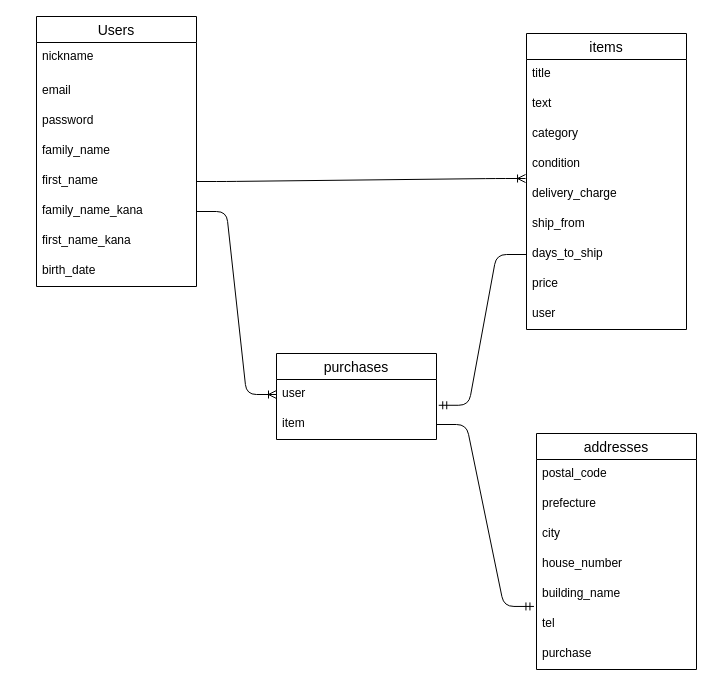
Earlier version of the draw.io diagram furima.dio (mirion615/furima-mirion615). Source tidied: cells renumbered, new cells numbered last; positions are measured from the earlier drawing's top-left corner, leaving out a move shared by most shapes. Both pictures are drawn from the tidied source at 100%, with x=0, y=0 at pixel (36, 16).
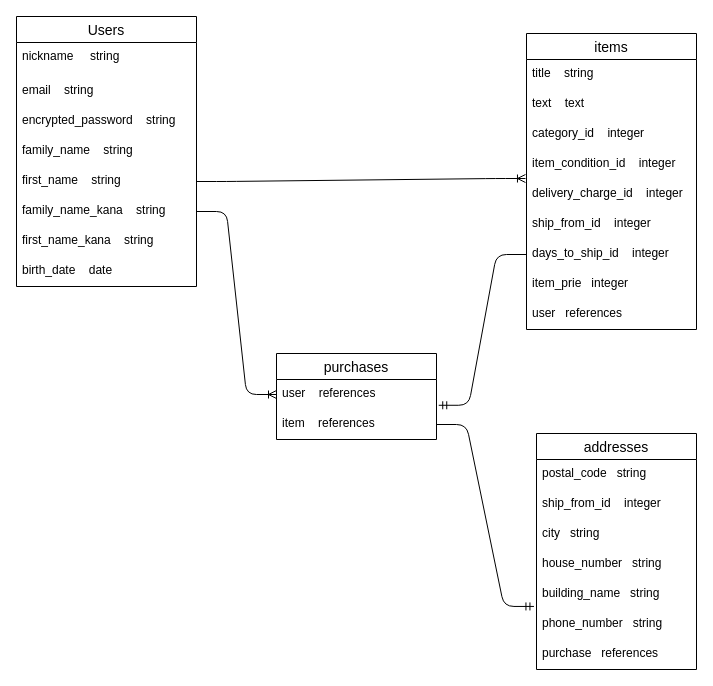
The same diagram, later.

The change refers to these unchanged cells:
```xml
<mxCell id="2" value="addresses" style="swimlane;fontStyle=0;horizontal=1;startSize=26;align=center;fontSize=14;" parent="1" vertex="1">
  <mxGeometry x="500" y="417" width="160" height="236" as="geometry" />
</mxCell>
<mxCell id="10" value="purchases" style="swimlane;fontStyle=0;horizontal=1;startSize=26;align=center;fontSize=14;" parent="1" vertex="1">
  <mxGeometry x="240" y="337" width="160" height="86" as="geometry" />
</mxCell>
```

The edit, as a diff of the source:
```diff
@@
-    <mxCell id="3" value="postal_code" style="text;strokeColor=none;fillColor=none;spacingLeft=4;spacingRight=4;overflow=hidden;fontSize=12;" parent="2" vertex="1">
+    <mxCell id="3" value="postal_code   string" style="text;strokeColor=none;fillColor=none;spacingLeft=4;spacingRight=4;overflow=hidden;fontSize=12;" parent="2" vertex="1">
       <mxGeometry y="26" width="160" height="30" as="geometry" />
     </mxCell>
-    <mxCell id="4" value="prefecture" style="text;strokeColor=none;fillColor=none;spacingLeft=4;spacingRight=4;overflow=hidden;fontSize=12;" parent="2" vertex="1">
+    <mxCell id="4" value="ship_from_id    integer" style="text;strokeColor=none;fillColor=none;spacingLeft=4;spacingRight=4;overflow=hidden;fontSize=12;" parent="2" vertex="1">
       <mxGeometry y="56" width="160" height="30" as="geometry" />
     </mxCell>
-    <mxCell id="5" value="city" style="text;strokeColor=none;fillColor=none;spacingLeft=4;spacingRight=4;overflow=hidden;fontSize=12;" parent="2" vertex="1">
+    <mxCell id="5" value="city   string" style="text;strokeColor=none;fillColor=none;spacingLeft=4;spacingRight=4;overflow=hidden;fontSize=12;" parent="2" vertex="1">
       <mxGeometry y="86" width="160" height="30" as="geometry" />
     </mxCell>
-    <mxCell id="6" value="house_number" style="text;strokeColor=none;fillColor=none;spacingLeft=4;spacingRight=4;overflow=hidden;fontSize=12;" parent="2" vertex="1">
+    <mxCell id="6" value="house_number   string" style="text;strokeColor=none;fillColor=none;spacingLeft=4;spacingRight=4;overflow=hidden;fontSize=12;" parent="2" vertex="1">
       <mxGeometry y="116" width="160" height="30" as="geometry" />
     </mxCell>
-    <mxCell id="7" value="building_name" style="text;strokeColor=none;fillColor=none;spacingLeft=4;spacingRight=4;overflow=hidden;points=[[0,0.5],[1,0.5]];portConstraint=eastwest;fontSize=12;" parent="2" vertex="1">
+    <mxCell id="7" value="building_name   string" style="text;strokeColor=none;fillColor=none;spacingLeft=4;spacingRight=4;overflow=hidden;points=[[0,0.5],[1,0.5]];portConstraint=eastwest;fontSize=12;" parent="2" vertex="1">
       <mxGeometry y="146" width="160" height="30" as="geometry" />
     </mxCell>
-    <mxCell id="8" value="tel" style="text;strokeColor=none;fillColor=none;spacingLeft=4;spacingRight=4;overflow=hidden;fontSize=12;" parent="2" vertex="1">
+    <mxCell id="8" value="phone_number   string" style="text;strokeColor=none;fillColor=none;spacingLeft=4;spacingRight=4;overflow=hidden;fontSize=12;" parent="2" vertex="1">
       <mxGeometry y="176" width="160" height="30" as="geometry" />
     </mxCell>
-    <mxCell id="9" value="purchase" style="text;strokeColor=none;fillColor=none;spacingLeft=4;spacingRight=4;overflow=hidden;fontSize=12;" parent="2" vertex="1">
+    <mxCell id="9" value="purchase   references" style="text;strokeColor=none;fillColor=none;spacingLeft=4;spacingRight=4;overflow=hidden;fontSize=12;" parent="2" vertex="1">
       <mxGeometry y="206" width="160" height="30" as="geometry" />
     </mxCell>
@@
-    <mxCell id="11" value="user" style="text;strokeColor=none;fillColor=none;spacingLeft=4;spacingRight=4;overflow=hidden;points=[[0,0.5],[1,0.5]];portConstraint=eastwest;fontSize=12;" parent="10" vertex="1">
+    <mxCell id="11" value="user    references" style="text;strokeColor=none;fillColor=none;spacingLeft=4;spacingRight=4;overflow=hidden;points=[[0,0.5],[1,0.5]];portConstraint=eastwest;fontSize=12;" parent="10" vertex="1">
       <mxGeometry y="26" width="160" height="30" as="geometry" />
     </mxCell>
-    <mxCell id="12" value="item" style="text;strokeColor=none;fillColor=none;spacingLeft=4;spacingRight=4;overflow=hidden;points=[[0,0.5],[1,0.5]];portConstraint=eastwest;fontSize=12;" parent="10" vertex="1">
+    <mxCell id="12" value="item    references" style="text;strokeColor=none;fillColor=none;spacingLeft=4;spacingRight=4;overflow=hidden;points=[[0,0.5],[1,0.5]];portConstraint=eastwest;fontSize=12;" parent="10" vertex="1">
       <mxGeometry y="56" width="160" height="30" as="geometry" />
     </mxCell>
     <mxCell id="13" value="items" style="swimlane;fontStyle=0;horizontal=1;startSize=26;align=center;fontSize=14;" parent="1" vertex="1">
-      <mxGeometry x="490" y="17" width="160" height="296" as="geometry" />
+      <mxGeometry x="490" y="17" width="170" height="296" as="geometry" />
     </mxCell>
-    <mxCell id="14" value="title" style="text;strokeColor=none;fillColor=none;spacingLeft=4;spacingRight=4;overflow=hidden;fontSize=12;" parent="13" vertex="1">
-      <mxGeometry y="26" width="160" height="30" as="geometry" />
+    <mxCell id="14" value="title    string" style="text;strokeColor=none;fillColor=none;spacingLeft=4;spacingRight=4;overflow=hidden;fontSize=12;" parent="13" vertex="1">
+      <mxGeometry y="26" width="170" height="30" as="geometry" />
     </mxCell>
-    <mxCell id="15" value="text" style="text;strokeColor=none;fillColor=none;spacingLeft=4;spacingRight=4;overflow=hidden;fontSize=12;" parent="13" vertex="1">
-      <mxGeometry y="56" width="160" height="30" as="geometry" />
+    <mxCell id="15" value="text    text" style="text;strokeColor=none;fillColor=none;spacingLeft=4;spacingRight=4;overflow=hidden;fontSize=12;" parent="13" vertex="1">
+      <mxGeometry y="56" width="170" height="30" as="geometry" />
     </mxCell>
-    <mxCell id="16" value="category" style="text;strokeColor=none;fillColor=none;spacingLeft=4;spacingRight=4;overflow=hidden;fontSize=12;" parent="13" vertex="1">
-      <mxGeometry y="86" width="160" height="30" as="geometry" />
+    <mxCell id="16" value="category_id    integer" style="text;strokeColor=none;fillColor=none;spacingLeft=4;spacingRight=4;overflow=hidden;fontSize=12;" parent="13" vertex="1">
+      <mxGeometry y="86" width="170" height="30" as="geometry" />
     </mxCell>
-    <mxCell id="17" value="condition" style="text;strokeColor=none;fillColor=none;spacingLeft=4;spacingRight=4;overflow=hidden;fontSize=12;" parent="13" vertex="1">
-      <mxGeometry y="116" width="160" height="30" as="geometry" />
+    <mxCell id="17" value="item_condition_id    integer" style="text;strokeColor=none;fillColor=none;spacingLeft=4;spacingRight=4;overflow=hidden;fontSize=12;" parent="13" vertex="1">
+      <mxGeometry y="116" width="170" height="30" as="geometry" />
     </mxCell>
-    <mxCell id="18" value="delivery_charge" style="text;strokeColor=none;fillColor=none;spacingLeft=4;spacingRight=4;overflow=hidden;points=[[0,0.5],[1,0.5]];portConstraint=eastwest;fontSize=12;" parent="13" vertex="1">
-      <mxGeometry y="146" width="160" height="30" as="geometry" />
+    <mxCell id="18" value="delivery_charge_id    integer" style="text;strokeColor=none;fillColor=none;spacingLeft=4;spacingRight=4;overflow=hidden;points=[[0,0.5],[1,0.5]];portConstraint=eastwest;fontSize=12;" parent="13" vertex="1">
+      <mxGeometry y="146" width="170" height="30" as="geometry" />
     </mxCell>
-    <mxCell id="19" value="ship_from" style="text;strokeColor=none;fillColor=none;spacingLeft=4;spacingRight=4;overflow=hidden;fontSize=12;" parent="13" vertex="1">
-      <mxGeometry y="176" width="160" height="30" as="geometry" />
+    <mxCell id="19" value="ship_from_id    integer" style="text;strokeColor=none;fillColor=none;spacingLeft=4;spacingRight=4;overflow=hidden;fontSize=12;" parent="13" vertex="1">
+      <mxGeometry y="176" width="170" height="30" as="geometry" />
     </mxCell>
-    <mxCell id="20" value="days_to_ship" style="text;strokeColor=none;fillColor=none;spacingLeft=4;spacingRight=4;overflow=hidden;points=[[0,0.5],[1,0.5]];portConstraint=eastwest;fontSize=12;" parent="13" vertex="1">
-      <mxGeometry y="206" width="160" height="30" as="geometry" />
+    <mxCell id="20" value="days_to_ship_id    integer" style="text;strokeColor=none;fillColor=none;spacingLeft=4;spacingRight=4;overflow=hidden;points=[[0,0.5],[1,0.5]];portConstraint=eastwest;fontSize=12;" parent="13" vertex="1">
+      <mxGeometry y="206" width="170" height="30" as="geometry" />
     </mxCell>
-    <mxCell id="21" value="price" style="text;strokeColor=none;fillColor=none;spacingLeft=4;spacingRight=4;overflow=hidden;fontSize=12;" parent="13" vertex="1">
-      <mxGeometry y="236" width="160" height="30" as="geometry" />
+    <mxCell id="21" value="item_prie   integer" style="text;strokeColor=none;fillColor=none;spacingLeft=4;spacingRight=4;overflow=hidden;fontSize=12;" parent="13" vertex="1">
+      <mxGeometry y="236" width="170" height="30" as="geometry" />
     </mxCell>
-    <mxCell id="22" value="user" style="text;strokeColor=none;fillColor=none;spacingLeft=4;spacingRight=4;overflow=hidden;fontSize=12;" parent="13" vertex="1">
-      <mxGeometry y="266" width="160" height="30" as="geometry" />
+    <mxCell id="22" value="user   references" style="text;strokeColor=none;fillColor=none;spacingLeft=4;spacingRight=4;overflow=hidden;fontSize=12;" parent="13" vertex="1">
+      <mxGeometry y="266" width="170" height="30" as="geometry" />
     </mxCell>
     <mxCell id="23" value="Users" style="swimlane;fontStyle=0;horizontal=1;startSize=26;align=center;fontSize=14;" parent="1" vertex="1">
-      <mxGeometry width="160" height="270" as="geometry" />
+      <mxGeometry x="-20" width="180" height="270" as="geometry" />
     </mxCell>
-    <mxCell id="24" value="nickname" style="text;strokeColor=none;fillColor=none;spacingLeft=4;spacingRight=4;overflow=hidden;fontSize=12;" parent="23" vertex="1">
-      <mxGeometry y="26" width="160" height="34" as="geometry" />
+    <mxCell id="24" value="nickname     string" style="text;strokeColor=none;fillColor=none;spacingLeft=4;spacingRight=4;overflow=hidden;fontSize=12;" parent="23" vertex="1">
+      <mxGeometry y="26" width="180" height="34" as="geometry" />
     </mxCell>
-    <mxCell id="25" value="email" style="text;strokeColor=none;fillColor=none;spacingLeft=4;spacingRight=4;overflow=hidden;fontSize=12;" parent="23" vertex="1">
-      <mxGeometry y="60" width="160" height="30" as="geometry" />
+    <mxCell id="25" value="email    string" style="text;strokeColor=none;fillColor=none;spacingLeft=4;spacingRight=4;overflow=hidden;fontSize=12;" parent="23" vertex="1">
+      <mxGeometry y="60" width="180" height="30" as="geometry" />
     </mxCell>
-    <mxCell id="26" value="password" style="text;strokeColor=none;fillColor=none;spacingLeft=4;spacingRight=4;overflow=hidden;fontSize=12;" parent="23" vertex="1">
-      <mxGeometry y="90" width="160" height="30" as="geometry" />
+    <mxCell id="26" value="encrypted_password    string" style="text;strokeColor=none;fillColor=none;spacingLeft=4;spacingRight=4;overflow=hidden;fontSize=12;" parent="23" vertex="1">
+      <mxGeometry y="90" width="180" height="30" as="geometry" />
     </mxCell>
-    <mxCell id="27" value="family_name" style="text;strokeColor=none;fillColor=none;spacingLeft=4;spacingRight=4;overflow=hidden;fontSize=12;" parent="23" vertex="1">
-      <mxGeometry y="120" width="160" height="30" as="geometry" />
+    <mxCell id="27" value="family_name    string" style="text;strokeColor=none;fillColor=none;spacingLeft=4;spacingRight=4;overflow=hidden;fontSize=12;" parent="23" vertex="1">
+      <mxGeometry y="120" width="180" height="30" as="geometry" />
     </mxCell>
-    <mxCell id="28" value="first_name" style="text;strokeColor=none;fillColor=none;spacingLeft=4;spacingRight=4;overflow=hidden;points=[[0,0.5],[1,0.5]];portConstraint=eastwest;fontSize=12;" parent="23" vertex="1">
-      <mxGeometry y="150" width="160" height="30" as="geometry" />
+    <mxCell id="28" value="first_name    string" style="text;strokeColor=none;fillColor=none;spacingLeft=4;spacingRight=4;overflow=hidden;points=[[0,0.5],[1,0.5]];portConstraint=eastwest;fontSize=12;" parent="23" vertex="1">
+      <mxGeometry y="150" width="180" height="30" as="geometry" />
     </mxCell>
-    <mxCell id="29" value="family_name_kana" style="text;strokeColor=none;fillColor=none;spacingLeft=4;spacingRight=4;overflow=hidden;points=[[0,0.5],[1,0.5]];portConstraint=eastwest;fontSize=12;" parent="23" vertex="1">
-      <mxGeometry y="180" width="160" height="30" as="geometry" />
+    <mxCell id="29" value="family_name_kana    string" style="text;strokeColor=none;fillColor=none;spacingLeft=4;spacingRight=4;overflow=hidden;points=[[0,0.5],[1,0.5]];portConstraint=eastwest;fontSize=12;" parent="23" vertex="1">
+      <mxGeometry y="180" width="180" height="30" as="geometry" />
     </mxCell>
-    <mxCell id="30" value="first_name_kana" style="text;strokeColor=none;fillColor=none;spacingLeft=4;spacingRight=4;overflow=hidden;fontSize=12;" parent="23" vertex="1">
-      <mxGeometry y="210" width="160" height="30" as="geometry" />
+    <mxCell id="30" value="first_name_kana    string" style="text;strokeColor=none;fillColor=none;spacingLeft=4;spacingRight=4;overflow=hidden;fontSize=12;" parent="23" vertex="1">
+      <mxGeometry y="210" width="180" height="30" as="geometry" />
     </mxCell>
-    <mxCell id="31" value="birth_date" style="text;strokeColor=none;fillColor=none;spacingLeft=4;spacingRight=4;overflow=hidden;fontSize=12;" parent="23" vertex="1">
-      <mxGeometry y="240" width="160" height="30" as="geometry" />
+    <mxCell id="31" value="birth_date    date" style="text;strokeColor=none;fillColor=none;spacingLeft=4;spacingRight=4;overflow=hidden;fontSize=12;" parent="23" vertex="1">
+      <mxGeometry y="240" width="180" height="30" as="geometry" />
     </mxCell>
```
